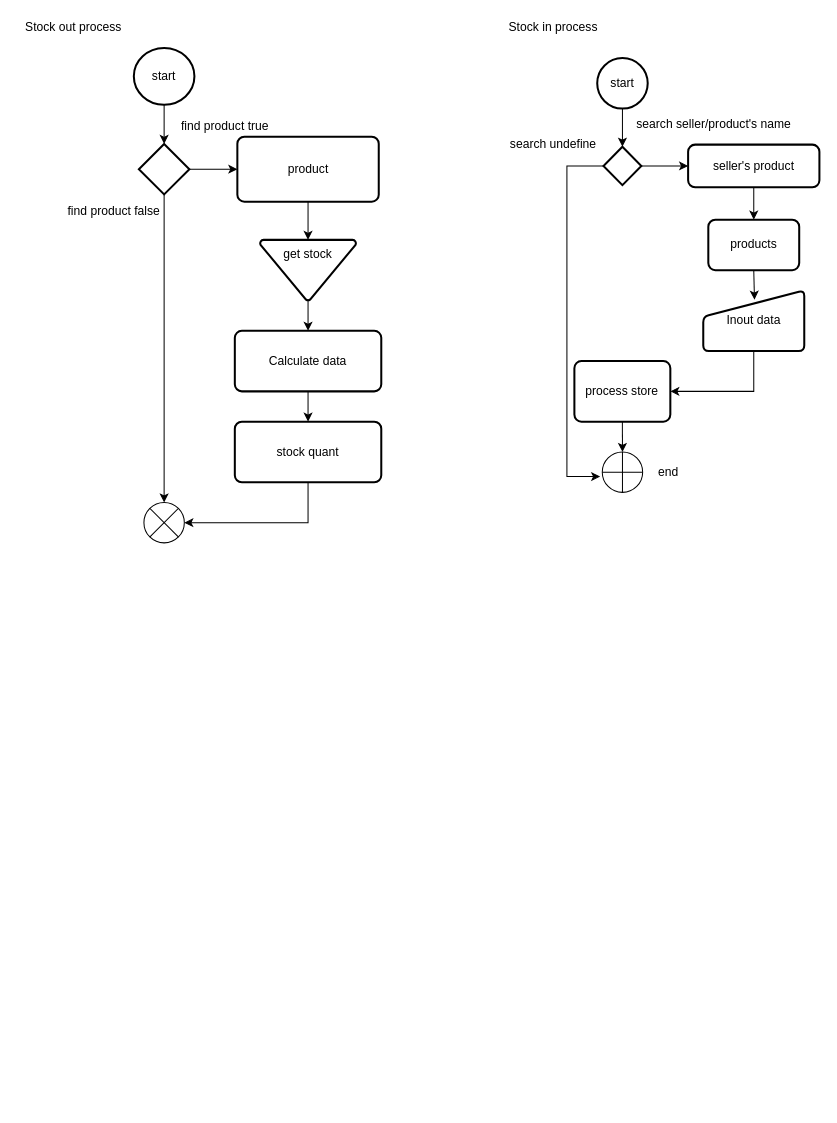
The draw.io diagram page "Page-6" (6 of 6) of SeviceHandler.drawio in iphearum/Documents, before the edit. Source tidied: cells renumbered, new cells numbered last; positions are measured from the earlier drawing's top-left corner, leaving out a move shared by most shapes. Both pictures are drawn from the tidied source at 101%, with x=0, y=0 at pixel (17, 17).
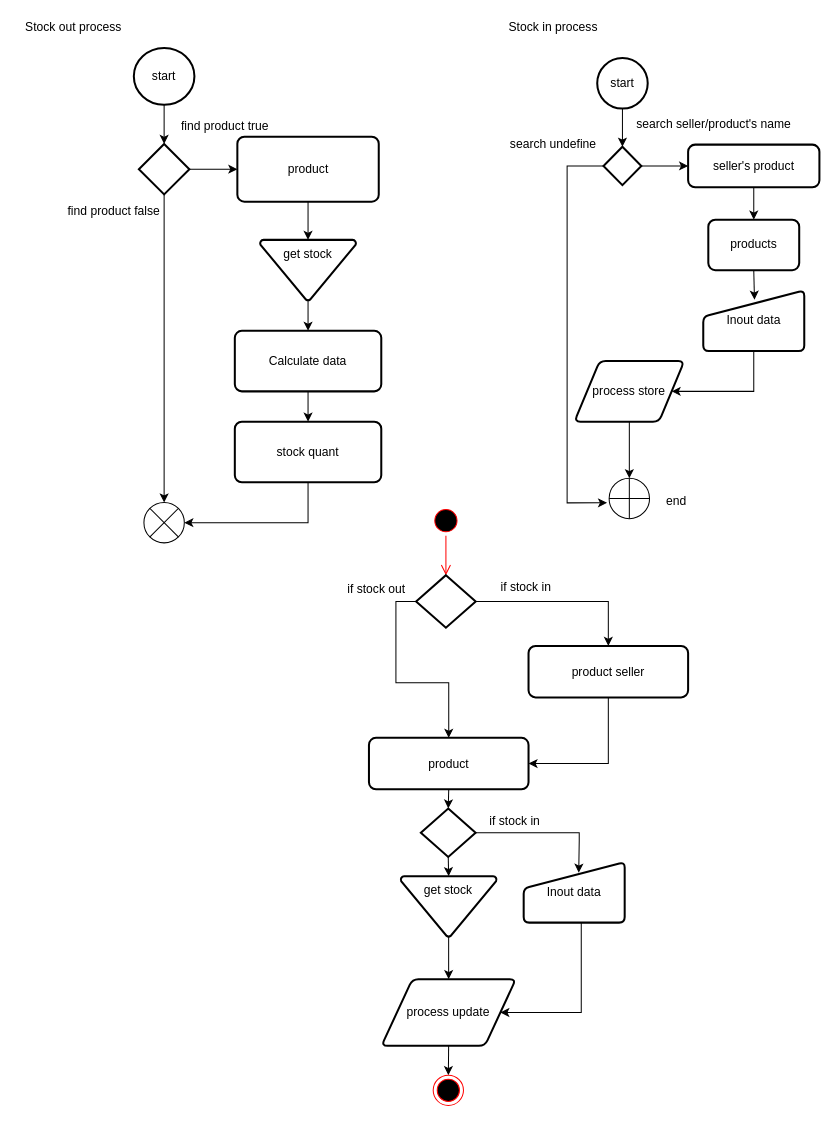
The same diagram, later.

The change refers to these unchanged cells:
```xml
<mxCell id="23" style="strokeWidth=2;html=1;shape=mxgraph.flowchart.decision;whiteSpace=wrap;" parent="1" vertex="1">
  <mxGeometry x="580" y="127.8" width="37.5" height="38" as="geometry" />
</mxCell>
<mxCell id="30" value="Inout data" style="html=1;strokeWidth=2;shape=manualInput;whiteSpace=wrap;rounded=1;size=26;arcSize=11;" parent="1" vertex="1">
  <mxGeometry x="678.8" y="270" width="100" height="60" as="geometry" />
</mxCell>
```

Change to the diagram source:
```diff
@@
     <mxCell id="22" style="edgeStyle=orthogonalEdgeStyle;rounded=0;jettySize=auto;html=1;exitX=0;exitY=0.5;exitDx=0;exitDy=0;exitPerimeter=0;entryX=-0.052;entryY=0.609;entryDx=0;entryDy=0;entryPerimeter=0;" parent="1" edge="1" source="23" target="33">
       <mxGeometry relative="1" as="geometry">
         <Array as="points">
-          <mxPoint x="543.8" y="147" />
-          <mxPoint x="543.8" y="454" />
+          <mxPoint x="544" y="147" />
+          <mxPoint x="544" y="480" />
         </Array>
       </mxGeometry>
     </mxCell>
@@
     <mxCell id="29" style="edgeStyle=orthogonalEdgeStyle;rounded=0;jettySize=auto;html=1;exitX=0.5;exitY=1;exitDx=0;exitDy=0;entryX=1;entryY=0.5;entryDx=0;entryDy=0;" parent="1" edge="1" source="30" target="32">
-      <mxGeometry relative="1" as="geometry" />
+      <mxGeometry relative="1" as="geometry">
+        <Array as="points">
+          <mxPoint x="729" y="370" />
+        </Array>
+      </mxGeometry>
     </mxCell>
@@
-    <mxCell id="32" value="process store" style="rounded=1;whiteSpace=wrap;html=1;absoluteArcSize=1;arcSize=14;strokeWidth=2;" parent="1" vertex="1">
-      <mxGeometry x="551.2" y="340" width="95" height="60" as="geometry" />
+    <mxCell id="32" value="process store" style="shape=parallelogram;html=1;strokeWidth=2;perimeter=parallelogramPerimeter;whiteSpace=wrap;rounded=1;arcSize=12;size=0.23;fontFamily=Helvetica;fontSize=12;fontColor=#000000;align=center;strokeColor=#000000;fillColor=#ffffff;" parent="1" vertex="1">
+      <mxGeometry x="551.2" y="340" width="108.8" height="60" as="geometry" />
     </mxCell>
     <mxCell id="33" style="verticalLabelPosition=bottom;verticalAlign=top;html=1;shape=mxgraph.flowchart.summing_function;" parent="1" vertex="1">
-      <mxGeometry x="578.8" y="430" width="40" height="40" as="geometry" />
+      <mxGeometry x="585.6" y="456" width="40" height="40" as="geometry" />
     </mxCell>
     <mxCell id="34" value="end" style="text;html=1;align=center;verticalAlign=middle;" parent="1" vertex="1">
-      <mxGeometry x="623.8" y="440" width="40" height="20" as="geometry" />
+      <mxGeometry x="632" y="469" width="40" height="20" as="geometry" />
     </mxCell>
@@
+    <mxCell id="37" style="ellipse;html=1;shape=startState;fillColor=#000000;strokeColor=#ff0000;" parent="1" vertex="1">
+      <mxGeometry x="409" y="483" width="30" height="30" as="geometry" />
+    </mxCell>
+    <mxCell id="38" style="edgeStyle=orthogonalEdgeStyle;html=1;verticalAlign=bottom;endArrow=open;endSize=8;strokeColor=#ff0000;entryX=0.5;entryY=0;entryDx=0;entryDy=0;entryPerimeter=0;" parent="1" edge="1" source="37" target="41">
+      <mxGeometry relative="1" as="geometry" />
+    </mxCell>
+    <mxCell id="39" style="edgeStyle=orthogonalEdgeStyle;rounded=0;jettySize=auto;html=1;" parent="1" edge="1" source="41" target="47">
+      <mxGeometry relative="1" as="geometry" />
+    </mxCell>
+    <mxCell id="40" style="edgeStyle=orthogonalEdgeStyle;rounded=0;jettySize=auto;html=1;exitX=0;exitY=0.5;exitDx=0;exitDy=0;exitPerimeter=0;entryX=0.5;entryY=0;entryDx=0;entryDy=0;" parent="1" edge="1" source="41" target="43">
+      <mxGeometry relative="1" as="geometry" />
+    </mxCell>
+    <mxCell id="41" style="strokeWidth=2;html=1;shape=mxgraph.flowchart.decision;whiteSpace=wrap;" parent="1" vertex="1">
+      <mxGeometry x="394.5" y="552" width="59" height="52" as="geometry" />
+    </mxCell>
+    <mxCell id="42" style="edgeStyle=orthogonalEdgeStyle;rounded=0;jettySize=auto;html=1;exitX=0.5;exitY=1;exitDx=0;exitDy=0;entryX=0.5;entryY=0;entryDx=0;entryDy=0;entryPerimeter=0;" parent="1" edge="1" source="43" target="52">
+      <mxGeometry relative="1" as="geometry" />
+    </mxCell>
+    <mxCell id="43" value="product" style="rounded=1;whiteSpace=wrap;html=1;absoluteArcSize=1;arcSize=14;strokeWidth=2;" parent="1" vertex="1">
+      <mxGeometry x="347.8" y="713" width="158" height="51" as="geometry" />
+    </mxCell>
+    <mxCell id="44" style="edgeStyle=orthogonalEdgeStyle;rounded=0;jettySize=auto;html=1;exitX=0.5;exitY=1;exitDx=0;exitDy=0;entryX=0.5;entryY=0;entryDx=0;entryDy=0;" parent="1" edge="1" source="45" target="58">
+      <mxGeometry relative="1" as="geometry" />
+    </mxCell>
+    <mxCell id="45" value="process update" style="shape=parallelogram;html=1;strokeWidth=2;perimeter=parallelogramPerimeter;whiteSpace=wrap;rounded=1;arcSize=12;size=0.23;fontFamily=Helvetica;fontSize=12;fontColor=#000000;align=center;strokeColor=#000000;fillColor=#ffffff;" parent="1" vertex="1">
+      <mxGeometry x="360.2" y="952" width="133" height="66" as="geometry" />
+    </mxCell>
+    <mxCell id="46" style="edgeStyle=orthogonalEdgeStyle;rounded=0;jettySize=auto;html=1;exitX=0.5;exitY=1;exitDx=0;exitDy=0;entryX=1;entryY=0.5;entryDx=0;entryDy=0;" parent="1" edge="1" source="47" target="43">
+      <mxGeometry relative="1" as="geometry" />
+    </mxCell>
+    <mxCell id="47" value="product seller" style="rounded=1;whiteSpace=wrap;html=1;absoluteArcSize=1;arcSize=14;strokeWidth=2;" parent="1" vertex="1">
+      <mxGeometry x="505.8" y="622" width="158" height="51" as="geometry" />
+    </mxCell>
+    <mxCell id="48" style="edgeStyle=orthogonalEdgeStyle;rounded=0;jettySize=auto;html=1;exitX=0.5;exitY=1;exitDx=0;exitDy=0;exitPerimeter=0;entryX=0.5;entryY=0;entryDx=0;entryDy=0;" parent="1" edge="1" source="49" target="45">
+      <mxGeometry relative="1" as="geometry" />
+    </mxCell>
+    <mxCell id="49" value="get stock" style="strokeWidth=2;html=1;shape=mxgraph.flowchart.merge_or_storage;whiteSpace=wrap;horizontal=1;verticalAlign=top;" parent="1" vertex="1">
+      <mxGeometry x="379.2" y="850" width="95" height="60" as="geometry" />
+    </mxCell>
+    <mxCell id="50" style="edgeStyle=orthogonalEdgeStyle;rounded=0;jettySize=auto;html=1;exitX=0.5;exitY=1;exitDx=0;exitDy=0;exitPerimeter=0;entryX=0.5;entryY=0;entryDx=0;entryDy=0;entryPerimeter=0;" parent="1" edge="1" source="52" target="49">
+      <mxGeometry relative="1" as="geometry" />
+    </mxCell>
+    <mxCell id="51" style="edgeStyle=orthogonalEdgeStyle;rounded=0;jettySize=auto;html=1;entryX=0.545;entryY=0.176;entryDx=0;entryDy=0;entryPerimeter=0;" parent="1" edge="1" source="52" target="57">
+      <mxGeometry relative="1" as="geometry">
+        <Array as="points">
+          <mxPoint x="556" y="807" />
+          <mxPoint x="556" y="815" />
+        </Array>
+      </mxGeometry>
+    </mxCell>
+    <mxCell id="52" style="strokeWidth=2;html=1;shape=mxgraph.flowchart.decision;whiteSpace=wrap;" parent="1" vertex="1">
+      <mxGeometry x="399.2" y="783" width="54.2" height="48" as="geometry" />
+    </mxCell>
+    <mxCell id="53" value="if stock in" style="text;html=1;align=center;verticalAlign=middle;" parent="1" vertex="1">
+      <mxGeometry x="473" y="555" width="60" height="17" as="geometry" />
+    </mxCell>
+    <mxCell id="54" value="if stock in" style="text;html=1;align=center;verticalAlign=middle;" parent="1" vertex="1">
+      <mxGeometry x="462" y="787" width="60" height="17" as="geometry" />
+    </mxCell>
+    <mxCell id="55" value="if stock out" style="text;html=1;align=center;verticalAlign=middle;" parent="1" vertex="1">
+      <mxGeometry x="321" y="557" width="68" height="17" as="geometry" />
+    </mxCell>
+    <mxCell id="56" style="edgeStyle=orthogonalEdgeStyle;rounded=0;jettySize=auto;html=1;entryX=1;entryY=0.5;entryDx=0;entryDy=0;" parent="1" edge="1" source="57" target="45">
+      <mxGeometry relative="1" as="geometry">
+        <Array as="points">
+          <mxPoint x="558" y="985" />
+        </Array>
+      </mxGeometry>
+    </mxCell>
+    <mxCell id="57" value="Inout data" style="html=1;strokeWidth=2;shape=manualInput;whiteSpace=wrap;rounded=1;size=26;arcSize=11;" parent="1" vertex="1">
+      <mxGeometry x="501" y="836" width="100" height="60" as="geometry" />
+    </mxCell>
+    <mxCell id="58" style="ellipse;html=1;shape=endState;fillColor=#000000;strokeColor=#ff0000;" parent="1" vertex="1">
+      <mxGeometry x="411.4" y="1047" width="30" height="30" as="geometry" />
+    </mxCell>
```
